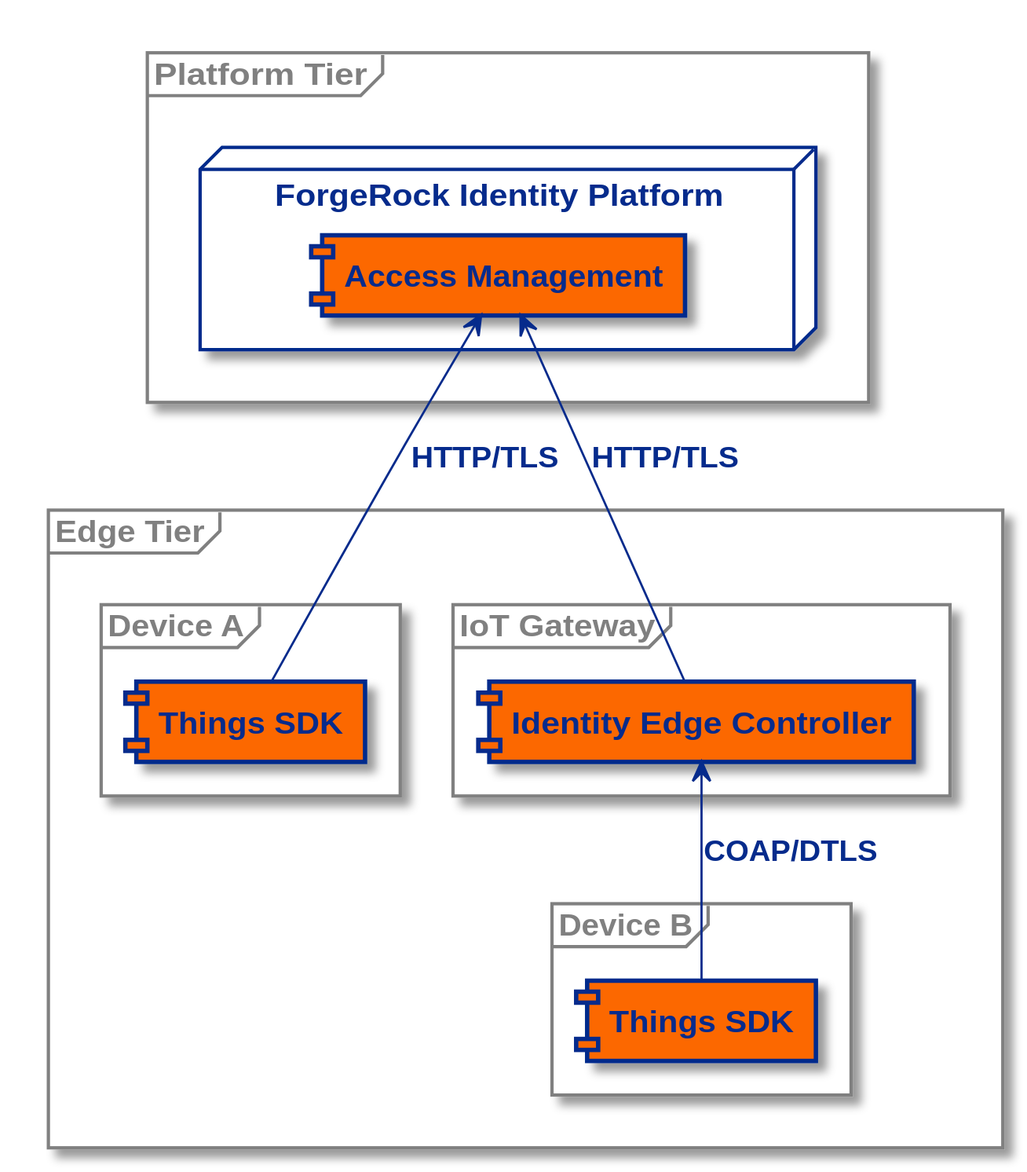
Before: docs/iot-edge-components.svg, a diagram exported from PlantUML (ForgeRock/iot-edge). Source of this version:
```plantuml
@startuml

skinparam component {
  FontColor #062b8c
  FontStyle Bold
  BackgroundColor #fc6700
  BorderColor #062b8c
  BorderThickness 2
  ArrowColor #062b8c
  ArrowFontColor #062b8c
  ArrowFontStyle Bold
}
skinparam node {
  BorderColor #062b8c
  FontColor #062b8c
}
skinparam frame {
  BorderColor Grey
  FontColor Grey
}

frame "Edge Tier" {
    frame "Device A" {
        [Things SDK] as amclient
    }
    frame "IoT Gateway" {
        [Identity Edge Controller] as iec
    }
    frame "Device B" {
        [Things SDK] as iecclient
    }
}
frame "Platform Tier" {
    node "ForgeRock Identity Platform" {
        [Access Management] as am
    }
}
amclient -up-> am : HTTP/TLS
iec -up-> am : HTTP/TLS
iecclient -up-> iec : COAP/DTLS
@enduml
```
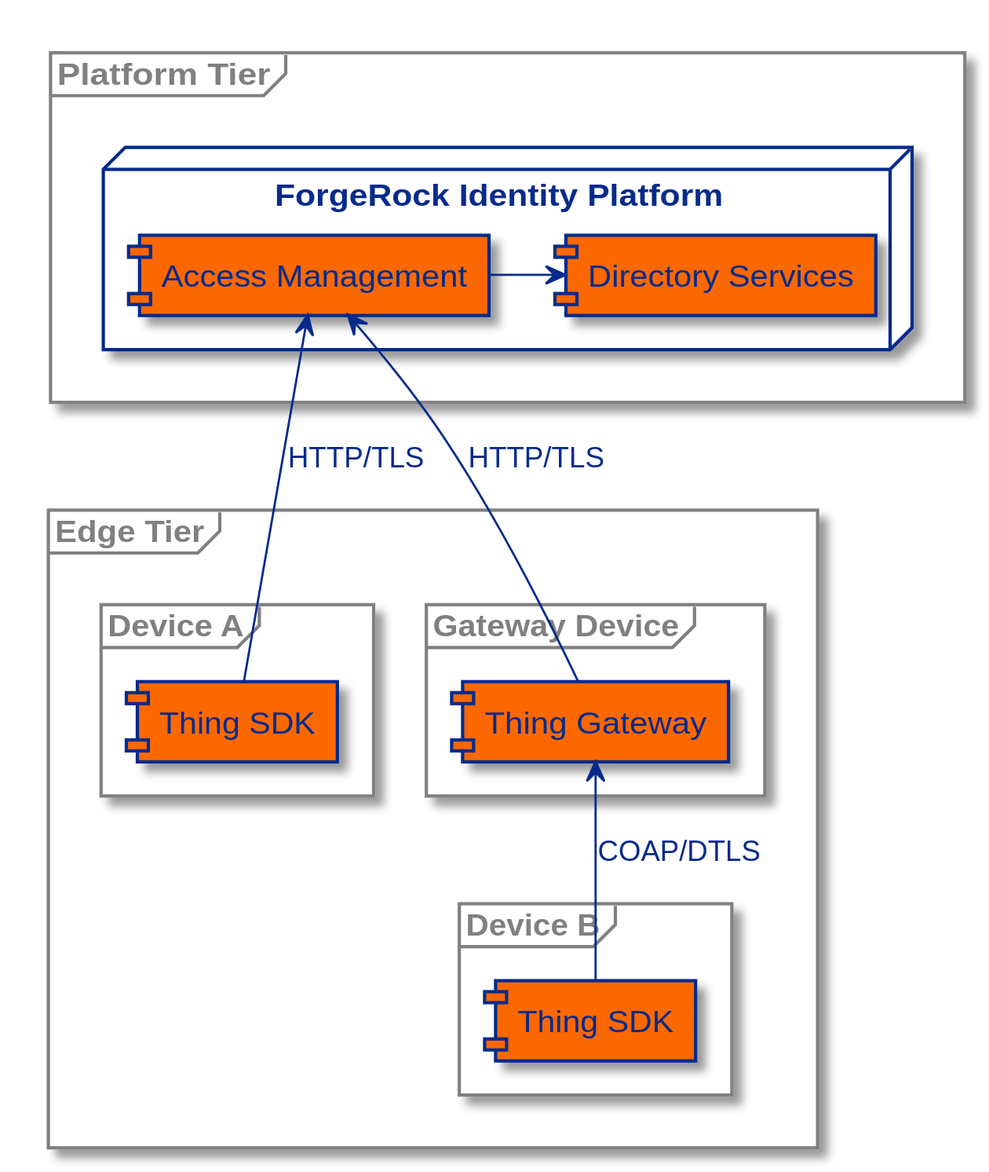
After the commit.

What changed in the source:
```diff
@@ -2,13 +2,10 @@
 
 skinparam component {
   FontColor #062b8c
-  FontStyle Bold
   BackgroundColor #fc6700
   BorderColor #062b8c
-  BorderThickness 2
   ArrowColor #062b8c
   ArrowFontColor #062b8c
-  ArrowFontStyle Bold
 }
 skinparam node {
   BorderColor #062b8c
@@ -21,21 +18,23 @@
 
 frame "Edge Tier" {
     frame "Device A" {
-        [Things SDK] as amclient
+        [Thing SDK] as ac
     }
-    frame "IoT Gateway" {
-        [Identity Edge Controller] as iec
+    frame "Gateway Device" {
+        [Thing Gateway] as gt
     }
     frame "Device B" {
-        [Things SDK] as iecclient
+        [Thing SDK] as gc
     }
 }
 frame "Platform Tier" {
     node "ForgeRock Identity Platform" {
         [Access Management] as am
+        [Directory Services] as ds
     }
 }
-amclient -up-> am : HTTP/TLS
-iec -up-> am : HTTP/TLS
-iecclient -up-> iec : COAP/DTLS
+ac -up-> am : HTTP/TLS
+gt -up-> am : HTTP/TLS
+gc -up-> gt : COAP/DTLS
+am -right-> ds
 @enduml
```
